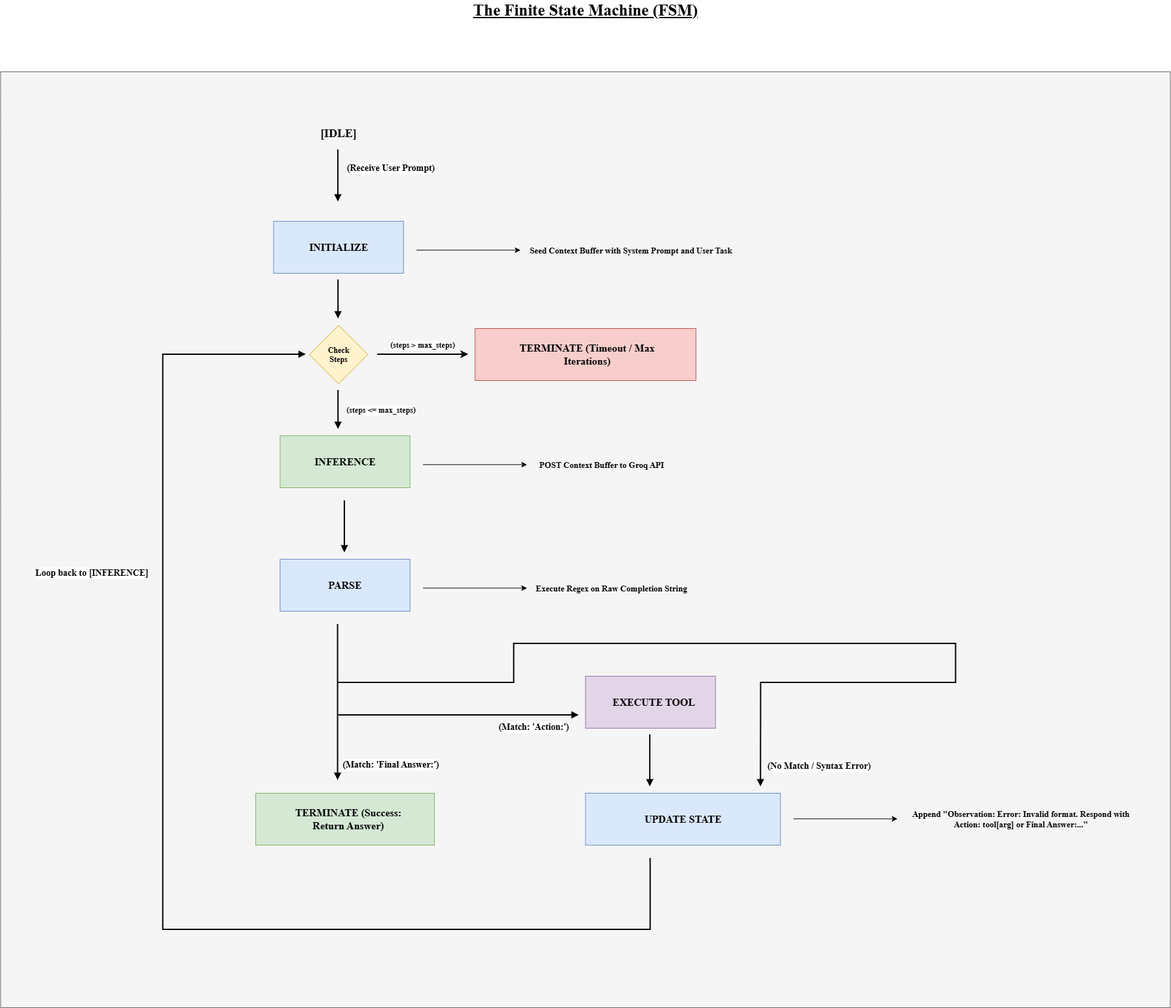
Earlier version of the draw.io export projects/P01 - Raw Python ReAct Loop/architecture/The Finite State Machine (FSM).png (RansiluRanasinghe/agentic-ai-engineering). Source tidied: cells renumbered, new cells last; positions are measured from the earlier drawing's top-left corner, leaving out a move shared by most shapes.
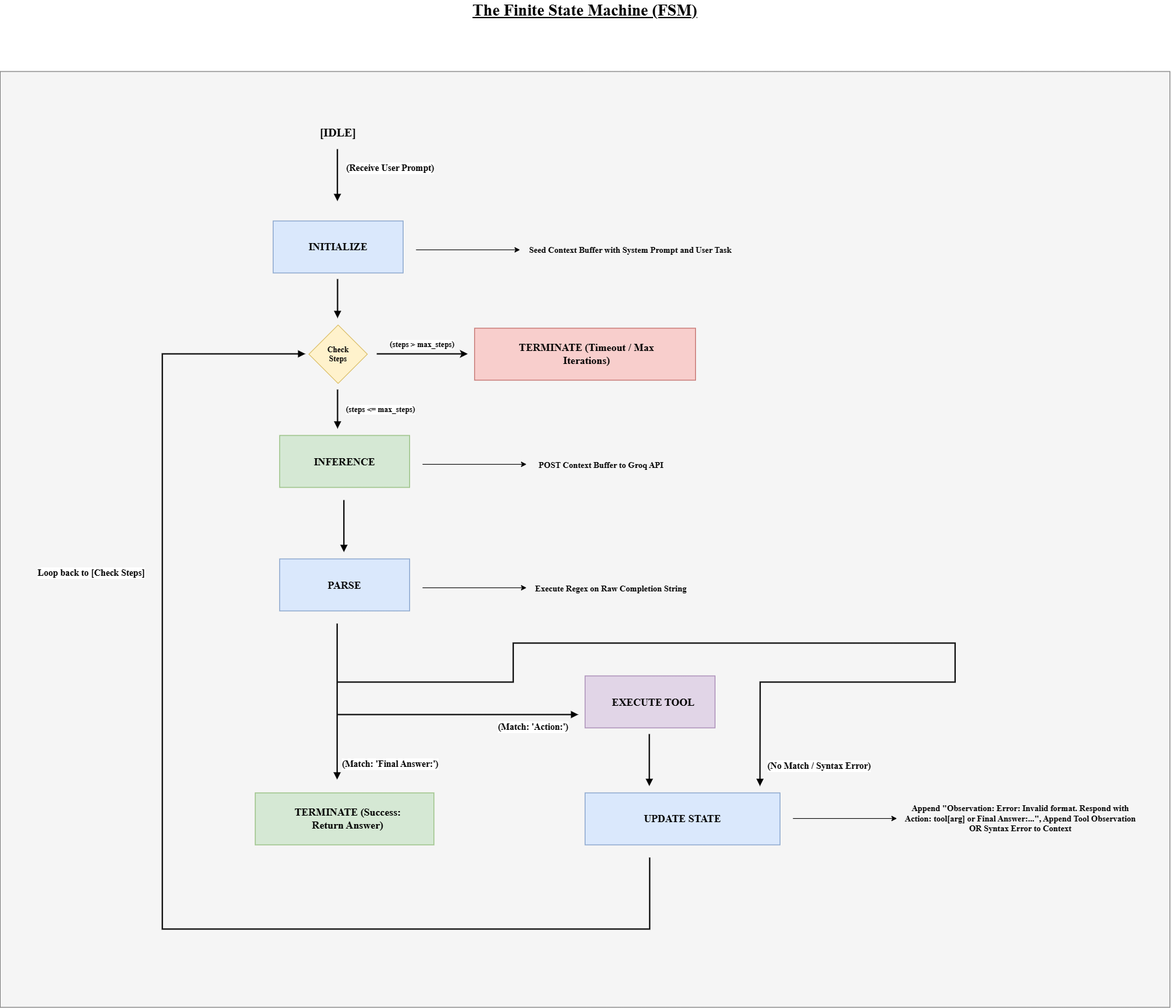
Above is the later version.

Commit message:
docs(p01): updated FSM architecture diagram

Diff of the diagram source:
```diff
@@ -110,10 +110,10 @@
         <mxPoint x="1380" y="1259.4" as="targetPoint" />
       </mxGeometry>
     </mxCell>
-    <mxCell id="29" value="Append &quot;Observation: Error: Invalid format. Respond with Action: tool[arg] or Final Answer:...&quot;" style="text;html=1;whiteSpace=wrap;strokeColor=none;fillColor=none;align=center;verticalAlign=middle;rounded=0;fontSize=13;fontFamily=Times New Roman;fontStyle=1;" parent="1" vertex="1">
+    <mxCell id="29" value="Append &quot;Observation: Error: Invalid format. Respond with Action: tool[arg] or Final Answer:...&quot;,&amp;nbsp;Append Tool Observation OR Syntax Error to Context" style="text;html=1;whiteSpace=wrap;strokeColor=none;fillColor=none;align=center;verticalAlign=middle;rounded=0;fontSize=13;fontFamily=Times New Roman;fontStyle=1;" parent="1" vertex="1">
       <mxGeometry x="1390" y="1245" width="360" height="30" as="geometry" />
     </mxCell>
-    <mxCell id="30" value="&lt;font face=&quot;Times New Roman&quot;&gt;&lt;b&gt;Loop back to [INFERENCE]&lt;/b&gt;&lt;/font&gt;" style="html=1;verticalAlign=bottom;endArrow=block;curved=0;rounded=0;strokeWidth=2;fontSize=14;" parent="1" edge="1">
+    <mxCell id="30" value="&lt;font face=&quot;Times New Roman&quot;&gt;&lt;b&gt;Loop back to [Check Steps]&lt;/b&gt;&lt;/font&gt;" style="html=1;verticalAlign=bottom;endArrow=block;curved=0;rounded=0;strokeWidth=2;fontSize=14;" parent="1" edge="1">
       <mxGeometry x="0.42" y="110" relative="1" as="geometry">
         <mxPoint x="1000" y="1320" as="sourcePoint" />
         <mxPoint x="470" y="545" as="targetPoint" />
```
